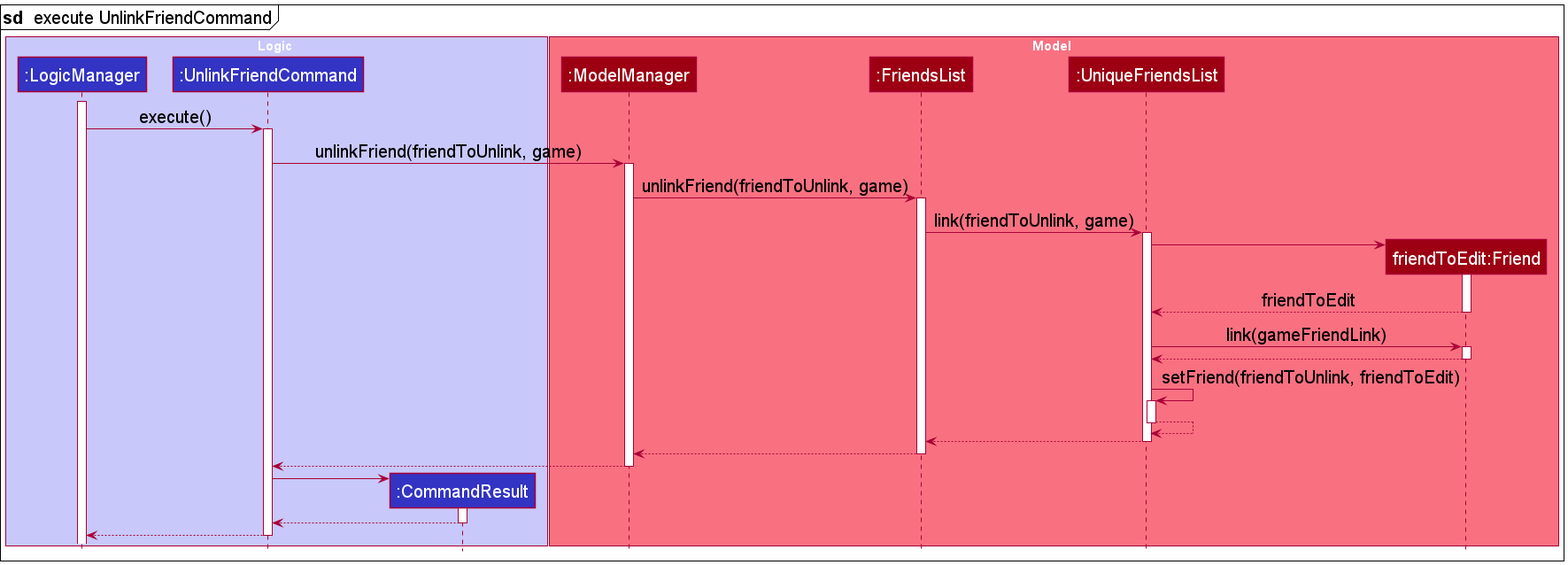
This is docs/images/UnlinkSequenceDiagram2.png from nus-cs2103-AY2122S1/tp, a PlantUML export, as it was before one commit.
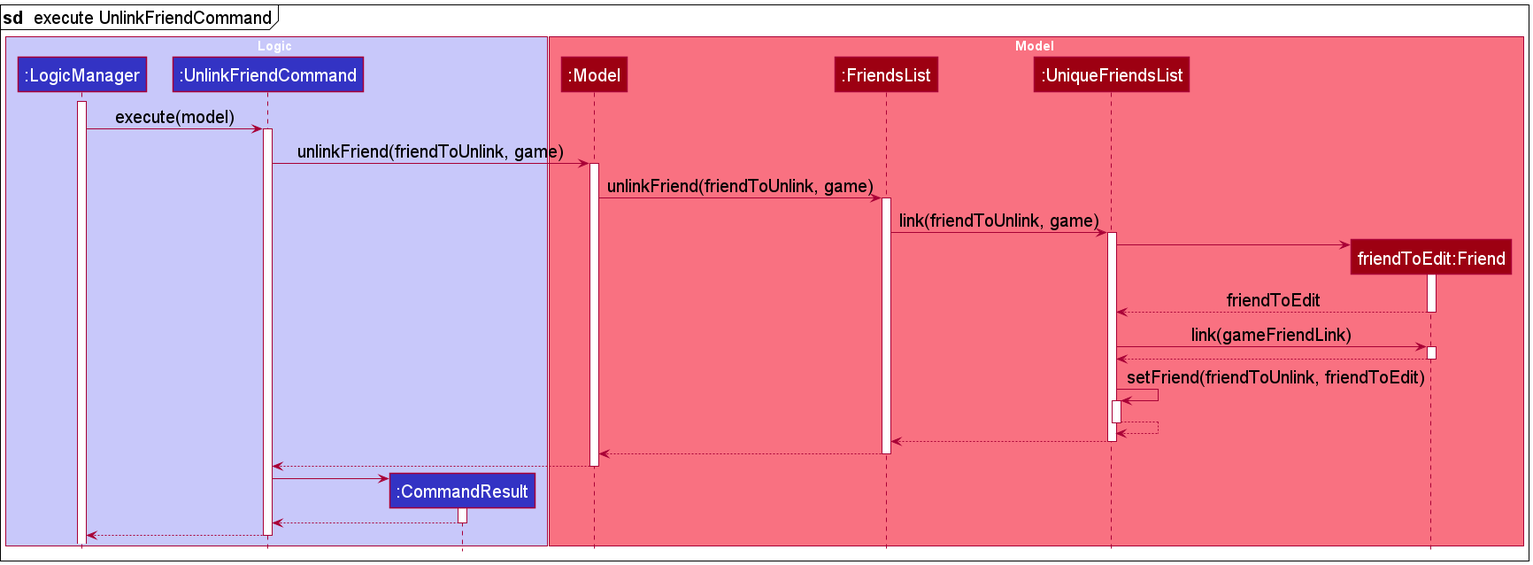
After the change.

Commit message:
Update sequence diagrams

What changed in the source:
```diff
@@ -12,7 +12,7 @@
 end box
 
 box Model MODEL_COLOR_T1
-participant ":ModelManager" as ModelManager MODEL_COLOR
+participant ":Model" as Model MODEL_COLOR
 participant ":FriendsList" as FriendsList MODEL_COLOR
 participant ":UniqueFriendsList" as UniqueFriendsList MODEL_COLOR
 participant "friendToEdit:Friend" as Friend MODEL_COLOR
@@ -20,12 +20,12 @@
 
 activate LogicManager
 
-LogicManager -> UnlinkFriendCommand : execute()
+LogicManager -> UnlinkFriendCommand : execute(model)
 activate UnlinkFriendCommand
 
-UnlinkFriendCommand -> ModelManager : unlinkFriend(friendToUnlink, game)
-activate ModelManager
-ModelManager -> FriendsList : unlinkFriend(friendToUnlink, game)
+UnlinkFriendCommand -> Model : unlinkFriend(friendToUnlink, game)
+activate Model
+Model -> FriendsList : unlinkFriend(friendToUnlink, game)
 activate FriendsList
 FriendsList -> UniqueFriendsList : link(friendToUnlink, game)
 activate UniqueFriendsList
@@ -44,10 +44,10 @@
 deactivate UniqueFriendsList
 UniqueFriendsList --> FriendsList
 deactivate UniqueFriendsList
-FriendsList --> ModelManager
+FriendsList --> Model
 deactivate FriendsList
-ModelManager --> UnlinkFriendCommand
-deactivate ModelManager
+Model --> UnlinkFriendCommand
+deactivate Model
 
 create CommandResult
 UnlinkFriendCommand -> CommandResult
```
